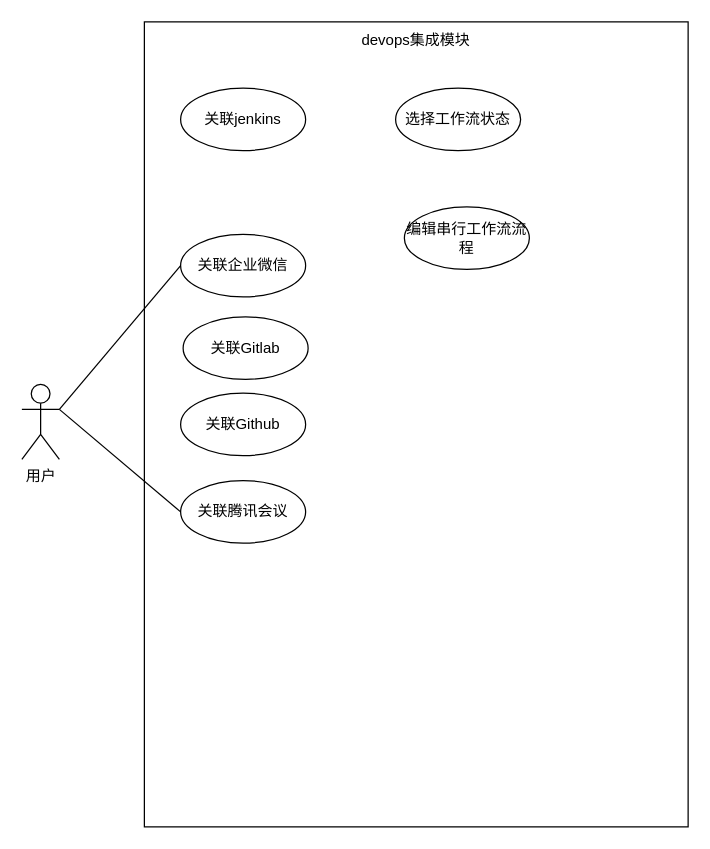
This is devops集成模块需求分析.drawio from qf2020/drawio, a draw.io file, before an edit. Source tidied: cells renumbered, new cells numbered last; positions are measured from the earlier drawing's top-left corner, leaving out a move shared by most shapes. Both pictures are drawn from the tidied source at 125%, with x=0, y=0 at pixel (21, 21).
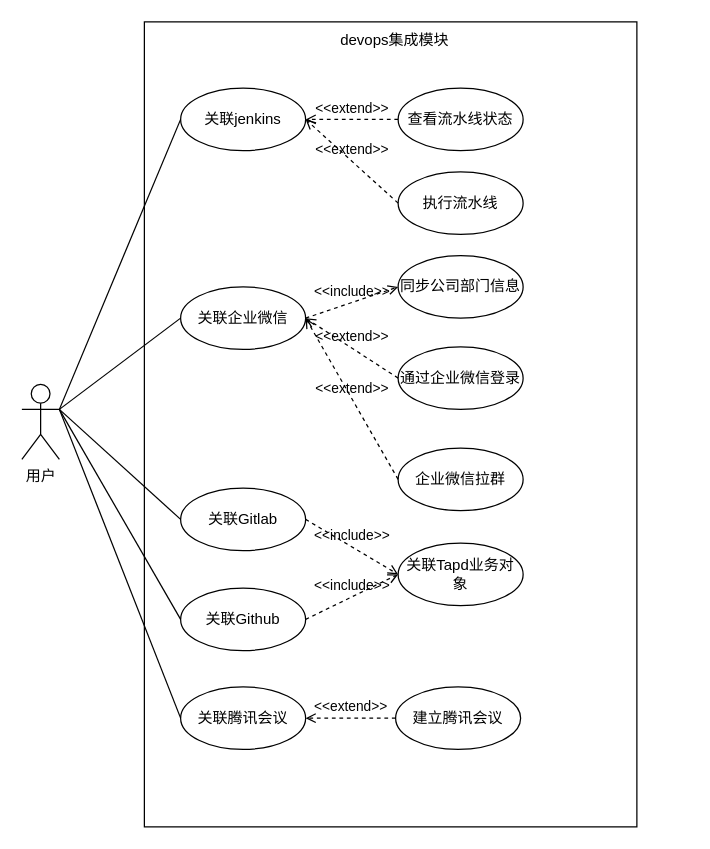
The same diagram, later.

Commit message:
更新devops集成模块需求分析.drawio

Unchanged cells that the change refers to:
```xml
<mxCell id="2" value="用户" style="shape=umlActor;verticalLabelPosition=bottom;verticalAlign=top;html=1;" parent="1" vertex="1">
  <mxGeometry y="290" width="30" height="60" as="geometry" />
</mxCell>
<mxCell id="11" value="关联jenkins" style="ellipse;whiteSpace=wrap;html=1;" parent="1" vertex="1">
  <mxGeometry x="127" y="53" width="100" height="50" as="geometry" />
</mxCell>
```

What changed in the source:
```diff
@@
     <mxCell id="3" style="rounded=0;whiteSpace=wrap;html=1;" parent="1" vertex="1">
-      <mxGeometry x="98" width="435" height="644" as="geometry" />
+      <mxGeometry x="98" width="394" height="644" as="geometry" />
     </mxCell>
     <mxCell id="4" value="devops集成模块" style="text;html=1;align=center;verticalAlign=middle;whiteSpace=wrap;rounded=0;" parent="1" vertex="1">
-      <mxGeometry x="266" width="99" height="30" as="geometry" />
+      <mxGeometry x="249" width="99" height="30" as="geometry" />
     </mxCell>
-    <mxCell id="5" value="编辑串行工作流流程" style="ellipse;whiteSpace=wrap;html=1;" parent="1" vertex="1">
-      <mxGeometry x="306" y="148" width="100" height="50" as="geometry" />
+    <mxCell id="5" value="同步公司部门信息" style="ellipse;whiteSpace=wrap;html=1;" parent="1" vertex="1">
+      <mxGeometry x="301" y="187" width="100" height="50" as="geometry" />
     </mxCell>
     <mxCell id="6" value="关联企业微信" style="ellipse;whiteSpace=wrap;html=1;" parent="1" vertex="1">
-      <mxGeometry x="127" y="170" width="100" height="50" as="geometry" />
+      <mxGeometry x="127" y="212" width="100" height="50" as="geometry" />
     </mxCell>
     <mxCell id="7" value="关联腾讯会议" style="ellipse;whiteSpace=wrap;html=1;" parent="1" vertex="1">
-      <mxGeometry x="127" y="367" width="100" height="50" as="geometry" />
+      <mxGeometry x="127" y="532" width="100" height="50" as="geometry" />
     </mxCell>
@@
-    <mxCell id="9" value="选择工作流状态" style="ellipse;whiteSpace=wrap;html=1;" parent="1" vertex="1">
-      <mxGeometry x="299" y="53" width="100" height="50" as="geometry" />
+    <mxCell id="9" value="查看流水线状态" style="ellipse;whiteSpace=wrap;html=1;" parent="1" vertex="1">
+      <mxGeometry x="301" y="53" width="100" height="50" as="geometry" />
     </mxCell>
@@
     <mxCell id="12" value="关联Github" style="ellipse;whiteSpace=wrap;html=1;" parent="1" vertex="1">
-      <mxGeometry x="127" y="297" width="100" height="50" as="geometry" />
+      <mxGeometry x="127" y="453" width="100" height="50" as="geometry" />
     </mxCell>
     <mxCell id="13" value="关联Gitlab" style="ellipse;whiteSpace=wrap;html=1;" parent="1" vertex="1">
-      <mxGeometry x="129" y="236" width="100" height="50" as="geometry" />
+      <mxGeometry x="127" y="373" width="100" height="50" as="geometry" />
     </mxCell>
+    <mxCell id="14" value="执行流水线" style="ellipse;whiteSpace=wrap;html=1;" parent="1" vertex="1">
+      <mxGeometry x="301" y="120" width="100" height="50" as="geometry" />
+    </mxCell>
+    <mxCell id="15" value="通过企业微信登录" style="ellipse;whiteSpace=wrap;html=1;" parent="1" vertex="1">
+      <mxGeometry x="301" y="260" width="100" height="50" as="geometry" />
+    </mxCell>
+    <mxCell id="16" value="企业微信拉群" style="ellipse;whiteSpace=wrap;html=1;" parent="1" vertex="1">
+      <mxGeometry x="301" y="341" width="100" height="50" as="geometry" />
+    </mxCell>
+    <mxCell id="17" value="关联Tapd业务对象" style="ellipse;whiteSpace=wrap;html=1;" parent="1" vertex="1">
+      <mxGeometry x="301" y="417" width="100" height="50" as="geometry" />
+    </mxCell>
+    <mxCell id="18" value="建立腾讯会议" style="ellipse;whiteSpace=wrap;html=1;" parent="1" vertex="1">
+      <mxGeometry x="299" y="532" width="100" height="50" as="geometry" />
+    </mxCell>
+    <mxCell id="19" value="&amp;lt;&amp;lt;include&amp;gt;&amp;gt;" style="html=1;verticalAlign=bottom;labelBackgroundColor=none;endArrow=open;endFill=0;dashed=1;rounded=0;exitX=1;exitY=0.5;exitDx=0;exitDy=0;entryX=0;entryY=0.5;entryDx=0;entryDy=0;" parent="1" edge="1" source="6" target="5">
+      <mxGeometry relative="1" as="geometry" />
+    </mxCell>
+    <mxCell id="20" value="&amp;lt;&amp;lt;include&amp;gt;&amp;gt;" style="html=1;verticalAlign=bottom;labelBackgroundColor=none;endArrow=open;endFill=0;dashed=1;rounded=0;exitX=1;exitY=0.5;exitDx=0;exitDy=0;entryX=0;entryY=0.5;entryDx=0;entryDy=0;" parent="1" edge="1" source="13" target="17">
+      <mxGeometry relative="1" as="geometry" />
+    </mxCell>
+    <mxCell id="21" value="&amp;lt;&amp;lt;include&amp;gt;&amp;gt;" style="html=1;verticalAlign=bottom;labelBackgroundColor=none;endArrow=open;endFill=0;dashed=1;rounded=0;exitX=1;exitY=0.5;exitDx=0;exitDy=0;entryX=0;entryY=0.5;entryDx=0;entryDy=0;" parent="1" edge="1" source="12" target="17">
+      <mxGeometry relative="1" as="geometry" />
+    </mxCell>
+    <mxCell id="22" value="&amp;lt;&amp;lt;extend&amp;gt;&amp;gt;" style="html=1;verticalAlign=bottom;labelBackgroundColor=none;endArrow=open;endFill=0;dashed=1;rounded=0;exitX=0;exitY=0.5;exitDx=0;exitDy=0;entryX=1;entryY=0.5;entryDx=0;entryDy=0;" parent="1" edge="1" source="9" target="11">
+      <mxGeometry relative="1" as="geometry" />
+    </mxCell>
+    <mxCell id="23" value="&amp;lt;&amp;lt;extend&amp;gt;&amp;gt;" style="html=1;verticalAlign=bottom;labelBackgroundColor=none;endArrow=open;endFill=0;dashed=1;rounded=0;exitX=0;exitY=0.5;exitDx=0;exitDy=0;entryX=1;entryY=0.5;entryDx=0;entryDy=0;" parent="1" edge="1" source="14" target="11">
+      <mxGeometry relative="1" as="geometry" />
+    </mxCell>
+    <mxCell id="24" value="&amp;lt;&amp;lt;extend&amp;gt;&amp;gt;" style="html=1;verticalAlign=bottom;labelBackgroundColor=none;endArrow=open;endFill=0;dashed=1;rounded=0;exitX=0;exitY=0.5;exitDx=0;exitDy=0;entryX=1;entryY=0.5;entryDx=0;entryDy=0;" parent="1" edge="1" source="15" target="6">
+      <mxGeometry relative="1" as="geometry" />
+    </mxCell>
+    <mxCell id="25" value="&amp;lt;&amp;lt;extend&amp;gt;&amp;gt;" style="html=1;verticalAlign=bottom;labelBackgroundColor=none;endArrow=open;endFill=0;dashed=1;rounded=0;entryX=1;entryY=0.5;entryDx=0;entryDy=0;exitX=0;exitY=0.5;exitDx=0;exitDy=0;" parent="1" edge="1" source="16" target="6">
+      <mxGeometry relative="1" as="geometry" />
+    </mxCell>
+    <mxCell id="26" value="&amp;lt;&amp;lt;extend&amp;gt;&amp;gt;" style="html=1;verticalAlign=bottom;labelBackgroundColor=none;endArrow=open;endFill=0;dashed=1;rounded=0;entryX=1;entryY=0.5;entryDx=0;entryDy=0;exitX=0;exitY=0.5;exitDx=0;exitDy=0;" parent="1" edge="1" source="18" target="7">
+      <mxGeometry relative="1" as="geometry" />
+    </mxCell>
+    <mxCell id="27" style="endArrow=none;html=1;rounded=0;exitX=1;exitY=0.3333333333333333;exitDx=0;exitDy=0;exitPerimeter=0;entryX=0;entryY=0.5;entryDx=0;entryDy=0;" parent="1" edge="1" source="2" target="12">
+      <mxGeometry relative="1" as="geometry" />
+    </mxCell>
+    <mxCell id="28" style="endArrow=none;html=1;rounded=0;exitX=1;exitY=0.3333333333333333;exitDx=0;exitDy=0;exitPerimeter=0;entryX=0;entryY=0.5;entryDx=0;entryDy=0;" parent="1" edge="1" source="2" target="13">
+      <mxGeometry relative="1" as="geometry" />
+    </mxCell>
+    <mxCell id="29" style="endArrow=none;html=1;rounded=0;entryX=0;entryY=0.5;entryDx=0;entryDy=0;exitX=1;exitY=0.3333333333333333;exitDx=0;exitDy=0;exitPerimeter=0;" parent="1" edge="1" source="2" target="11">
+      <mxGeometry relative="1" as="geometry" />
+    </mxCell>
```
